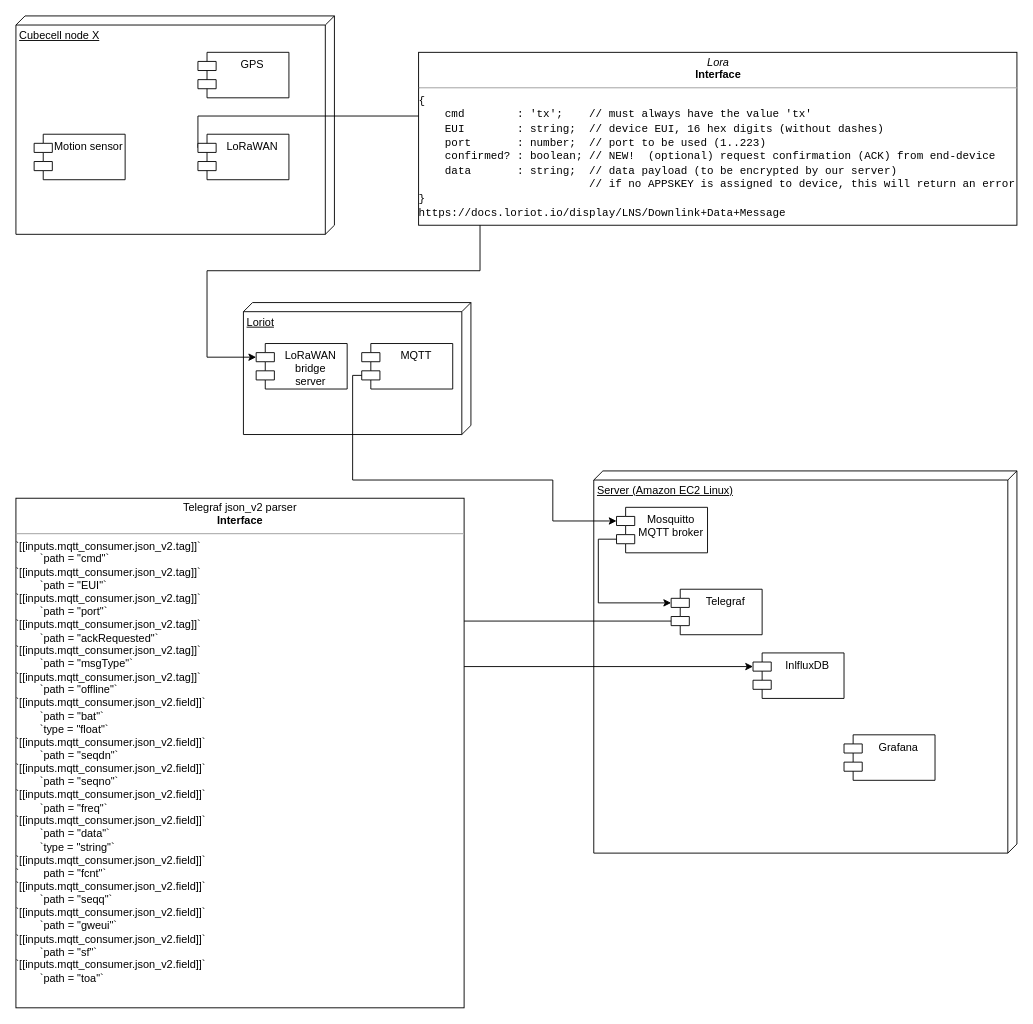
Earlier version of the draw.io diagram Lora.drawio (krejcarek/lorawan). Source tidied: cells renumbered, new cells numbered last; positions are measured from the earlier drawing's top-left corner, leaving out a move shared by most shapes. Both pictures are drawn from the tidied source at 91%, with x=0, y=0 at pixel (15, 15).
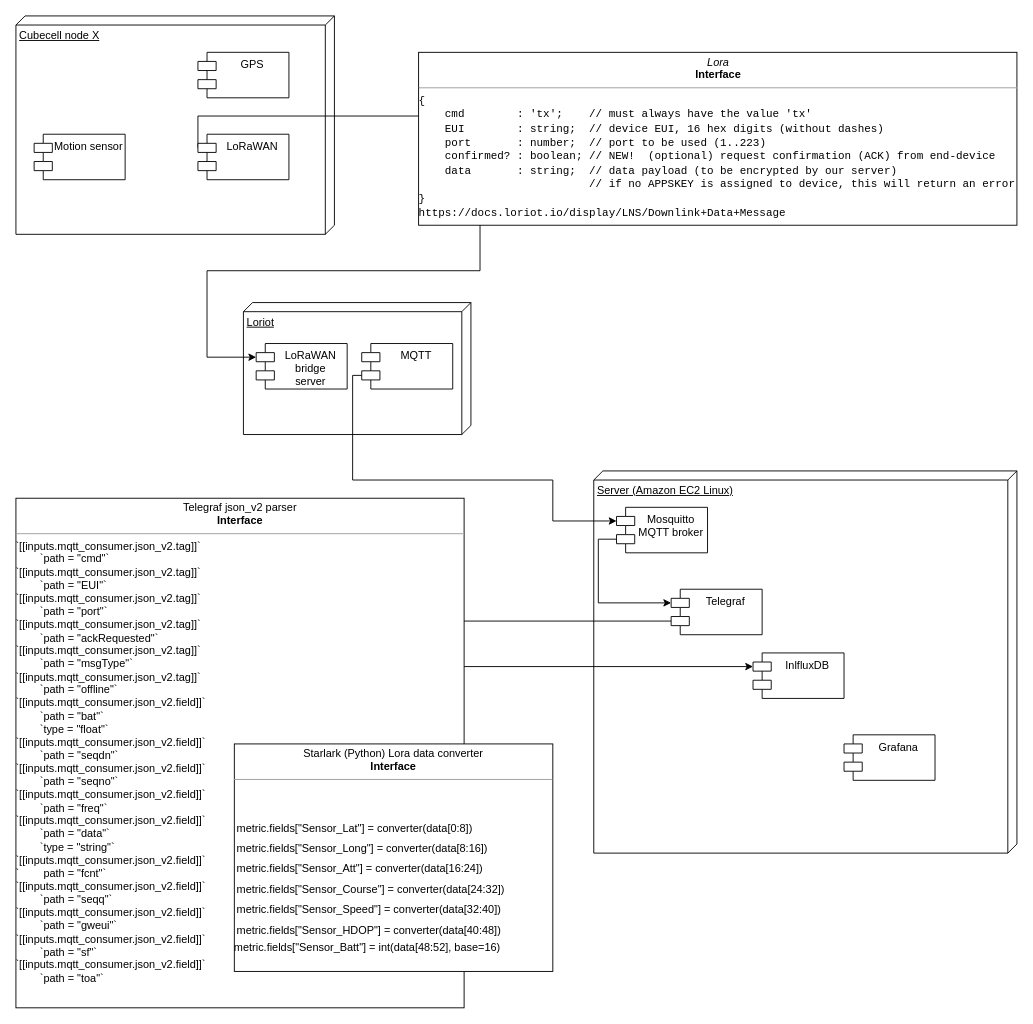
The same diagram, later.

Change to the diagram source:
```diff
@@
+    <mxCell id="20" value="&lt;p style=&quot;margin: 0px ; margin-top: 4px ; text-align: center&quot;&gt;Starlark (Python) Lora data converter&lt;br&gt;&lt;b&gt;Interface&lt;/b&gt;&lt;/p&gt;&lt;hr size=&quot;1&quot;&gt;&lt;div class=&quot;container&quot; title=&quot;Hint: double-click to select code&quot;&gt;&lt;br&gt;        &lt;table class=&quot;highlight tab-size js-file-line-container js-code-nav-container js-tagsearch-file&quot;&gt;&lt;tbody&gt;&lt;tr&gt;&lt;td id=&quot;LC27&quot; class=&quot;blob-code blob-code-inner js-file-line&quot;&gt;&lt;br&gt;&lt;/td&gt;&lt;/tr&gt;&lt;tr&gt;&lt;/tr&gt;&lt;/tbody&gt;&lt;/table&gt;&lt;table class=&quot;highlight tab-size js-file-line-container js-code-nav-container js-tagsearch-file&quot;&gt;&lt;tbody&gt;&lt;tr&gt;&lt;td id=&quot;LC28&quot; class=&quot;blob-code blob-code-inner js-file-line&quot;&gt;metric.fields[&quot;Sensor_Lat&quot;] = converter(data[0:8])&lt;/td&gt;        &lt;/tr&gt;        &lt;tr&gt;          &lt;/tr&gt;&lt;/tbody&gt;&lt;/table&gt;&lt;table class=&quot;highlight tab-size js-file-line-container js-code-nav-container js-tagsearch-file&quot;&gt;&lt;tbody&gt;&lt;tr&gt;&lt;td id=&quot;LC29&quot; class=&quot;blob-code blob-code-inner js-file-line&quot;&gt;metric.fields[&quot;Sensor_Long&quot;] = converter(data[8:16])&lt;/td&gt;        &lt;/tr&gt;        &lt;tr&gt;          &lt;/tr&gt;&lt;/tbody&gt;&lt;/table&gt;&lt;table class=&quot;highlight tab-size js-file-line-container js-code-nav-container js-tagsearch-file&quot;&gt;&lt;tbody&gt;&lt;tr&gt;&lt;td id=&quot;LC30&quot; class=&quot;blob-code blob-code-inner js-file-line&quot;&gt;metric.fields[&quot;Sensor_Att&quot;] = converter(data[16:24])&lt;/td&gt;        &lt;/tr&gt;        &lt;tr&gt;          &lt;/tr&gt;&lt;/tbody&gt;&lt;/table&gt;&lt;table class=&quot;highlight tab-size js-file-line-container js-code-nav-container js-tagsearch-file&quot;&gt;&lt;tbody&gt;&lt;tr&gt;&lt;td id=&quot;LC31&quot; class=&quot;blob-code blob-code-inner js-file-line&quot;&gt;metric.fields[&quot;Sensor_Course&quot;] = converter(data[24:32])&lt;/td&gt;        &lt;/tr&gt;        &lt;tr&gt;          &lt;/tr&gt;&lt;/tbody&gt;&lt;/table&gt;&lt;table class=&quot;highlight tab-size js-file-line-container js-code-nav-container js-tagsearch-file&quot;&gt;&lt;tbody&gt;&lt;tr&gt;&lt;td id=&quot;LC32&quot; class=&quot;blob-code blob-code-inner js-file-line&quot;&gt;metric.fields[&quot;Sensor_Speed&quot;] = converter(data[32:40])&lt;/td&gt;        &lt;/tr&gt;        &lt;tr&gt;          &lt;/tr&gt;&lt;/tbody&gt;&lt;/table&gt;&lt;table class=&quot;highlight tab-size js-file-line-container js-code-nav-container js-tagsearch-file&quot;&gt;&lt;tbody&gt;&lt;tr&gt;&lt;td id=&quot;LC33&quot; class=&quot;blob-code blob-code-inner js-file-line&quot;&gt;metric.fields[&quot;Sensor_HDOP&quot;] = converter(data[40:48])&lt;/td&gt;        &lt;/tr&gt;        &lt;tr&gt;          &lt;/tr&gt;&lt;/tbody&gt;&lt;/table&gt;        metric.fields[&quot;Sensor_Batt&quot;] = int(data[48:52], base=16)&lt;br&gt;&lt;br&gt;&lt;table class=&quot;highlight tab-size js-file-line-container js-code-nav-container js-tagsearch-file&quot;&gt;&lt;tbody&gt;&lt;tr&gt;&lt;td id=&quot;LC26&quot; class=&quot;blob-code blob-code-inner js-file-line&quot;&gt;&lt;br&gt;&lt;/td&gt;        &lt;/tr&gt;&lt;tr&gt;          &lt;/tr&gt;&lt;/tbody&gt;&lt;/table&gt;&lt;/div&gt;" style="verticalAlign=top;align=left;overflow=fill;fontSize=12;fontFamily=Helvetica;html=1;" parent="1" vertex="1">
+      <mxGeometry x="240" y="800" width="350" height="250" as="geometry" />
+    </mxCell>
```
